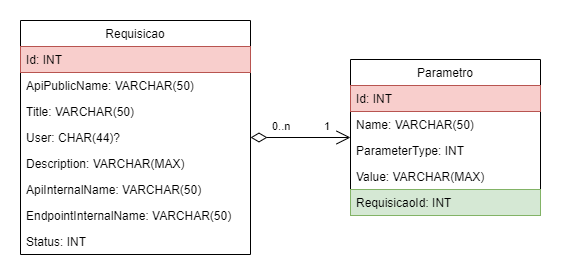
BrunoViotto18/ETS-Hub keeps this draw.io diagram as Documentacao/Requisicoes/Requisicoes - Diagrama de Banco de Dados.png. Above is the earlier version. Source tidied: cells renumbered, new cells last; positions are measured from the earlier drawing's top-left corner, leaving out a move shared by most shapes.
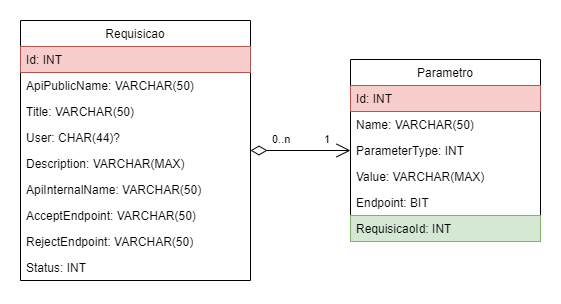
Later version of the same file.

What changed in the source:
```diff
@@ -3,7 +3,7 @@
     <mxCell id="0" />
     <mxCell id="1" parent="0" />
     <mxCell id="2" value="Requisicao" style="swimlane;fontStyle=0;horizontal=1;startSize=26;fillColor=none;" parent="1" vertex="1">
-      <mxGeometry width="230" height="234" as="geometry" />
+      <mxGeometry width="230" height="260" as="geometry" />
     </mxCell>
     <mxCell id="3" value="Id: INT" style="text;strokeColor=#b85450;fillColor=#f8cecc;align=left;verticalAlign=top;spacingLeft=4;spacingRight=4;overflow=hidden;" parent="2" vertex="1">
       <mxGeometry y="26" width="230" height="26" as="geometry" />
@@ -23,14 +23,17 @@
     <mxCell id="8" value="ApiInternalName: VARCHAR(50)" style="text;strokeColor=none;fillColor=none;align=left;verticalAlign=top;spacingLeft=4;spacingRight=4;overflow=hidden;" parent="2" vertex="1">
       <mxGeometry y="156" width="230" height="26" as="geometry" />
     </mxCell>
-    <mxCell id="9" value="EndpointInternalName: VARCHAR(50)" style="text;strokeColor=none;fillColor=none;align=left;verticalAlign=top;spacingLeft=4;spacingRight=4;overflow=hidden;" parent="2" vertex="1">
+    <mxCell id="9" value="AcceptEndpoint: VARCHAR(50)" style="text;strokeColor=none;fillColor=none;align=left;verticalAlign=top;spacingLeft=4;spacingRight=4;overflow=hidden;" parent="2" vertex="1">
       <mxGeometry y="182" width="230" height="26" as="geometry" />
     </mxCell>
+    <mxCell id="20" value="RejectEndpoint: VARCHAR(50)" style="text;strokeColor=none;fillColor=none;align=left;verticalAlign=top;spacingLeft=4;spacingRight=4;overflow=hidden;" parent="2" vertex="1">
+      <mxGeometry y="208" width="230" height="26" as="geometry" />
+    </mxCell>
     <mxCell id="10" value="Status: INT" style="text;strokeColor=none;fillColor=none;align=left;verticalAlign=top;spacingLeft=4;spacingRight=4;overflow=hidden;" parent="2" vertex="1">
-      <mxGeometry y="208" width="230" height="26" as="geometry" />
+      <mxGeometry y="234" width="230" height="26" as="geometry" />
     </mxCell>
     <mxCell id="11" value="Parametro" style="swimlane;fontStyle=0;horizontal=1;startSize=26;fillColor=none;" parent="1" vertex="1">
-      <mxGeometry x="330" y="39" width="190" height="156" as="geometry" />
+      <mxGeometry x="330" y="39" width="190" height="182" as="geometry" />
     </mxCell>
     <mxCell id="12" value="Id: INT" style="text;strokeColor=#b85450;fillColor=#f8cecc;align=left;verticalAlign=top;spacingLeft=4;spacingRight=4;overflow=hidden;" parent="11" vertex="1">
       <mxGeometry y="26" width="190" height="26" as="geometry" />
@@ -44,8 +47,11 @@
     <mxCell id="15" value="Value: VARCHAR(MAX)" style="text;strokeColor=none;fillColor=none;align=left;verticalAlign=top;spacingLeft=4;spacingRight=4;overflow=hidden;" parent="11" vertex="1">
       <mxGeometry y="104" width="190" height="26" as="geometry" />
     </mxCell>
+    <mxCell id="21" value="Endpoint: BIT" style="text;strokeColor=none;fillColor=none;align=left;verticalAlign=top;spacingLeft=4;spacingRight=4;overflow=hidden;" parent="11" vertex="1">
+      <mxGeometry y="130" width="190" height="26" as="geometry" />
+    </mxCell>
     <mxCell id="16" value="RequisicaoId: INT" style="text;strokeColor=#82b366;fillColor=#d5e8d4;align=left;verticalAlign=top;spacingLeft=4;spacingRight=4;overflow=hidden;" parent="11" vertex="1">
-      <mxGeometry y="130" width="190" height="26" as="geometry" />
+      <mxGeometry y="156" width="190" height="26" as="geometry" />
     </mxCell>
     <mxCell id="17" style="endArrow=open;html=1;endSize=12;startArrow=diamondThin;startSize=14;startFill=0;edgeStyle=orthogonalEdgeStyle;rounded=0;" parent="1" edge="1" source="2" target="11">
       <mxGeometry relative="1" as="geometry" />
```
